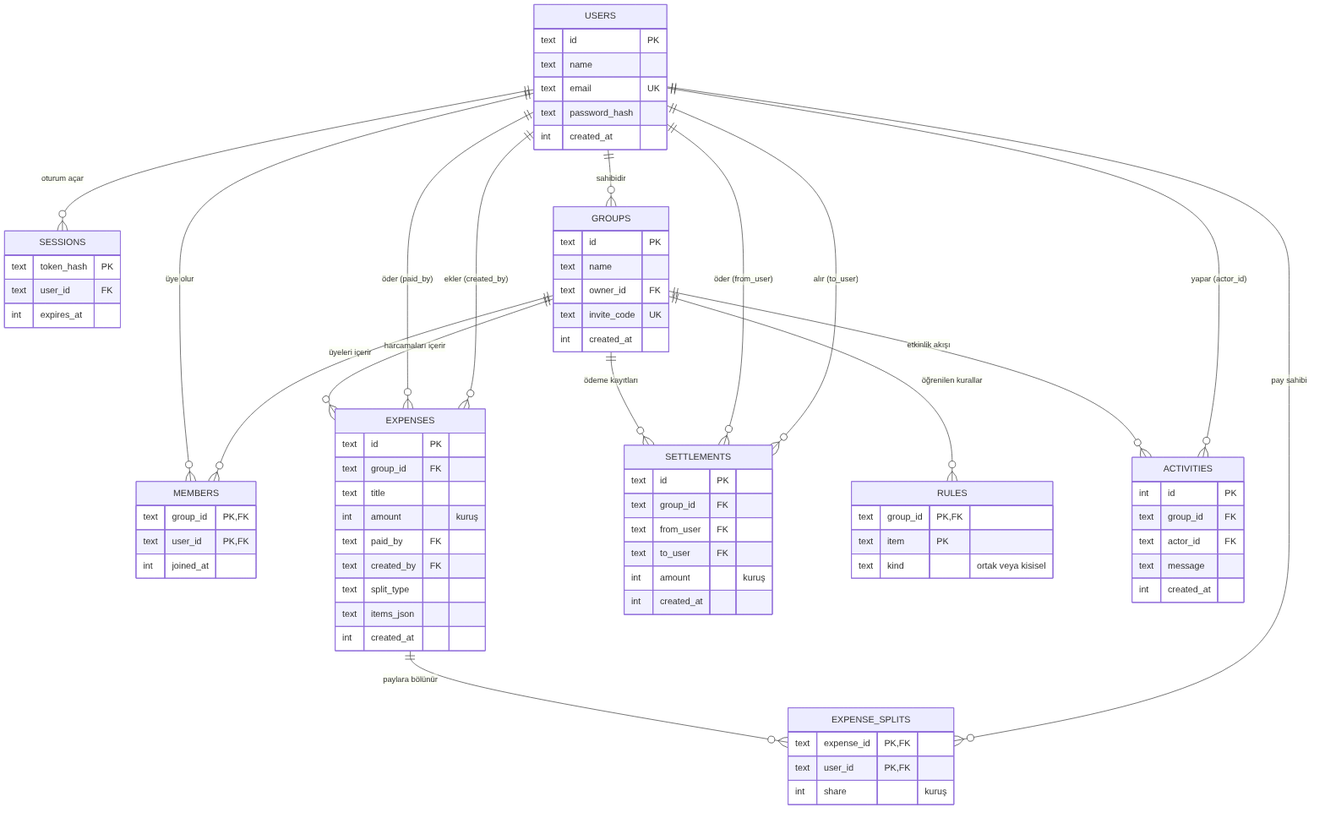
Earlier version of the Mermaid export docs/er-diagram-en.png (Batinahmet/Ortak-Gider-Payla-m-Ve-Bor-Takibi-backand). Its source is kept beside it as docs/er-diagram-en.mmd. Its diagram source:
```mermaid
erDiagram
  USERS ||--o{ SESSIONS : "oturum açar"
  USERS ||--o{ GROUPS : "sahibidir"
  USERS ||--o{ MEMBERS : "üye olur"
  GROUPS ||--o{ MEMBERS : "üyeleri içerir"
  GROUPS ||--o{ EXPENSES : "harcamaları içerir"
  USERS ||--o{ EXPENSES : "öder (paid_by)"
  USERS ||--o{ EXPENSES : "ekler (created_by)"
  EXPENSES ||--o{ EXPENSE_SPLITS : "paylara bölünür"
  USERS ||--o{ EXPENSE_SPLITS : "pay sahibi"
  GROUPS ||--o{ SETTLEMENTS : "ödeme kayıtları"
  USERS ||--o{ SETTLEMENTS : "öder (from_user)"
  USERS ||--o{ SETTLEMENTS : "alır (to_user)"
  GROUPS ||--o{ RULES : "öğrenilen kurallar"
  GROUPS ||--o{ ACTIVITIES : "etkinlik akışı"
  USERS ||--o{ ACTIVITIES : "yapar (actor_id)"

  USERS {
    text id PK
    text name
    text email UK
    text password_hash
    int created_at
  }
  SESSIONS {
    text token_hash PK
    text user_id FK
    int expires_at
  }
  GROUPS {
    text id PK
    text name
    text owner_id FK
    text invite_code UK
    int created_at
  }
  MEMBERS {
    text group_id PK,FK
    text user_id PK,FK
    int joined_at
  }
  EXPENSES {
    text id PK
    text group_id FK
    text title
    int amount "kuruş"
    text paid_by FK
    text created_by FK
    text split_type
    text items_json
    int created_at
  }
  EXPENSE_SPLITS {
    text expense_id PK,FK
    text user_id PK,FK
    int share "kuruş"
  }
  SETTLEMENTS {
    text id PK
    text group_id FK
    text from_user FK
    text to_user FK
    int amount "kuruş"
    int created_at
  }
  RULES {
    text group_id PK,FK
    text item PK
    text kind "ortak veya kisisel"
  }
  ACTIVITIES {
    int id PK
    text group_id FK
    text actor_id FK
    text message
    int created_at
  }
```
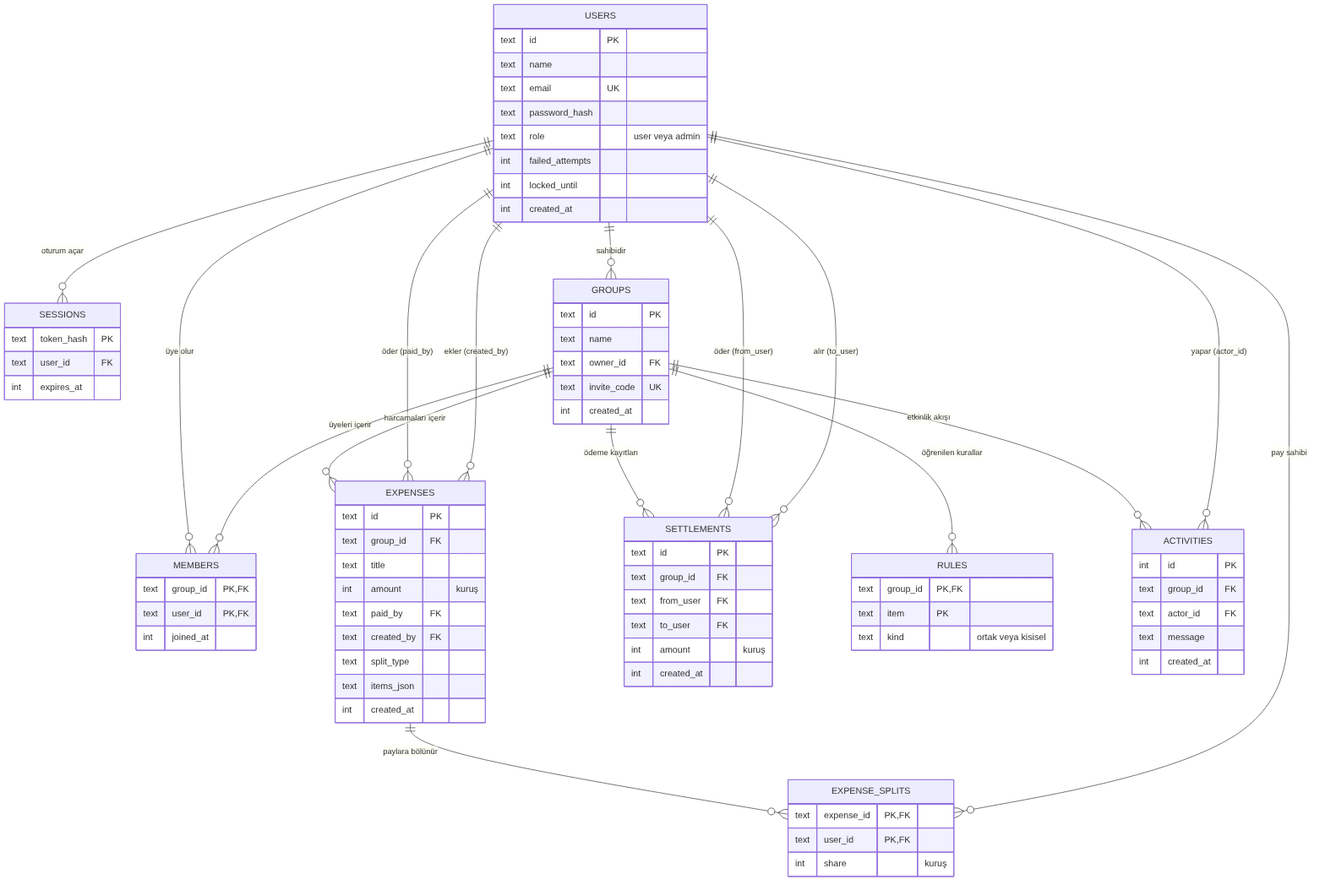
After the commit.

Change to the diagram source:
```diff
@@ -20,6 +20,9 @@
     text name
     text email UK
     text password_hash
+    text role "user veya admin"
+    int failed_attempts
+    int locked_until
     int created_at
   }
   SESSIONS {
```
